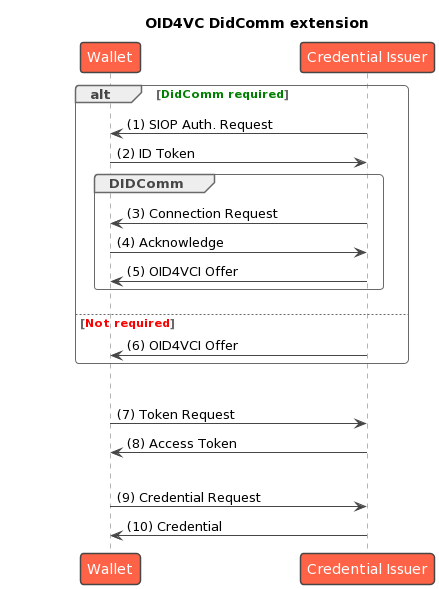
Earlier version of the PlantUML export Diagramme/preauth_siop.png (IDunion/OpenIDIDComm). Its diagram source:
```plantuml
@startuml
!theme vibrant
!pragma teoz true
title "OID4VC DidComm extension"
participant Wallet
participant "Credential Issuer" as CI
skinparam ParticipantPadding 75

autonumber "(0)"

alt <color green>DidComm required</color>
    CI -> Wallet: SIOP Auth. Request
    Wallet -> CI: ID Token
    group DIDComm
       CI -> Wallet: Connection Request
       Wallet -> CI: Acknowledge
       CI -> Wallet: OID4VCI Offer
    end
else <color red>Not required</color>
    CI -> Wallet: OID4VCI Offer
end

|||

Wallet -> CI: Token Request
CI -> Wallet: Access Token
|||
Wallet -> CI: Credential Request
CI -> Wallet: Credential
@enduml
```
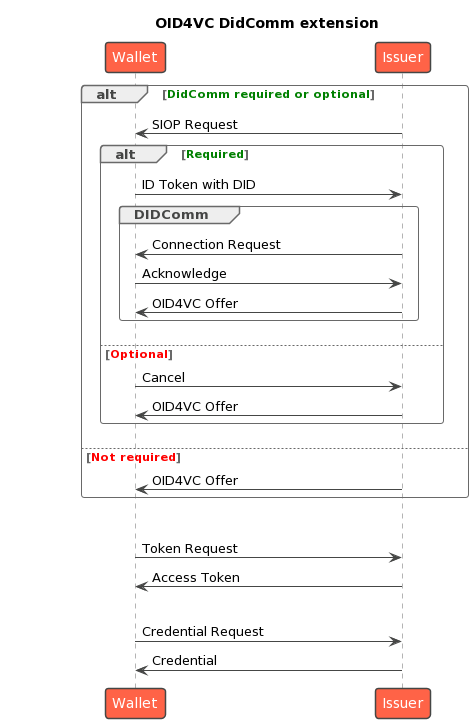
Later version of the same file.

Commit message:
OID4VC + SIOP Solution

Change to the diagram source:
```diff
@@ -3,21 +3,24 @@
 !pragma teoz true
 title "OID4VC DidComm extension"
 participant Wallet
-participant "Credential Issuer" as CI
-skinparam ParticipantPadding 75
+participant "Issuer" as CI
+skinparam ParticipantPadding 100
 
-autonumber "(0)"
-
-alt <color green>DidComm required</color>
-    CI -> Wallet: SIOP Auth. Request
-    Wallet -> CI: ID Token
-    group DIDComm
-       CI -> Wallet: Connection Request
-       Wallet -> CI: Acknowledge
-       CI -> Wallet: OID4VCI Offer
+alt <color green>DidComm required or optional</color>
+    CI -> Wallet: SIOP Request
+    alt <color green>Required</color>
+        Wallet -> CI: ID Token with DID
+        group DIDComm
+           CI -> Wallet: Connection Request
+           Wallet -> CI: Acknowledge
+           CI -> Wallet: OID4VC Offer
+        end
+    else <color red>Optional</color>
+        Wallet -> CI: Cancel
+        CI -> Wallet: OID4VC Offer
     end
 else <color red>Not required</color>
-    CI -> Wallet: OID4VCI Offer
+    CI -> Wallet: OID4VC Offer
 end
 
 |||
```
